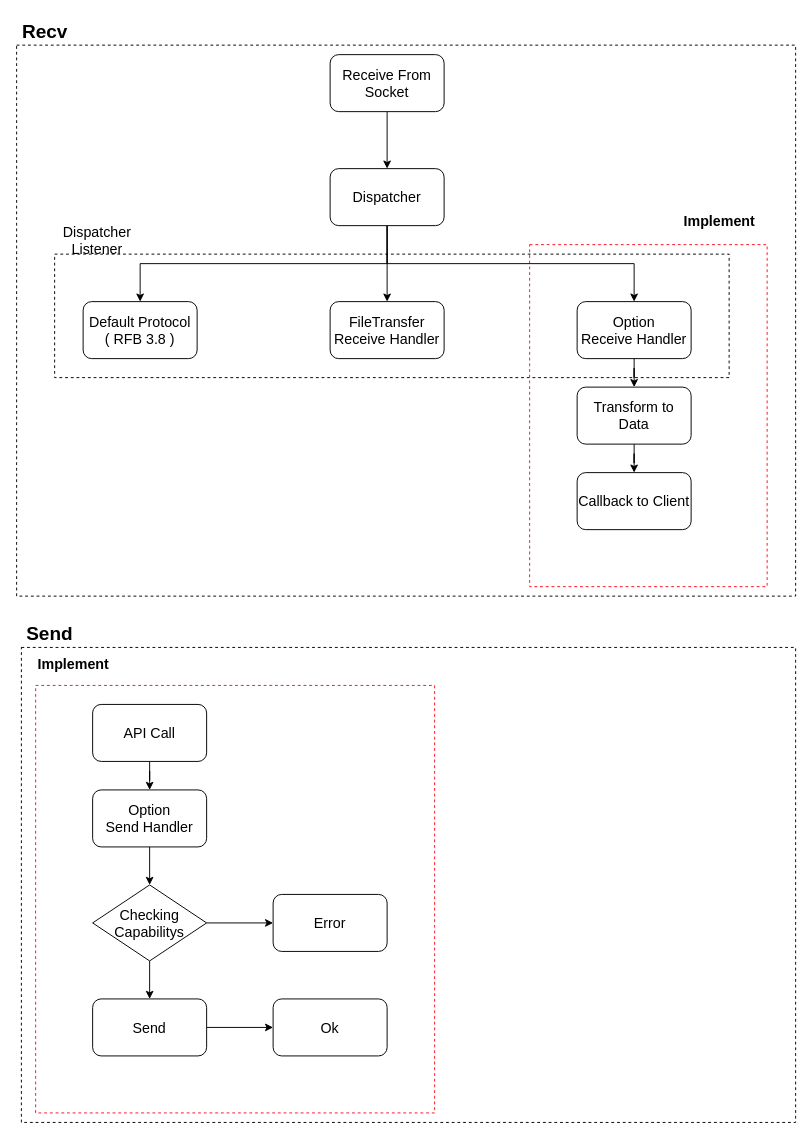
Before: UML/mirero/SwRcs/Socket.drawio in rhkdguskim/Study, a draw.io diagram. Source tidied: cells renumbered, new cells numbered last; positions are measured from the earlier drawing's top-left corner, leaving out a move shared by most shapes. Both pictures are drawn from the tidied source at 95%, with x=0, y=0 at pixel (16, 16).
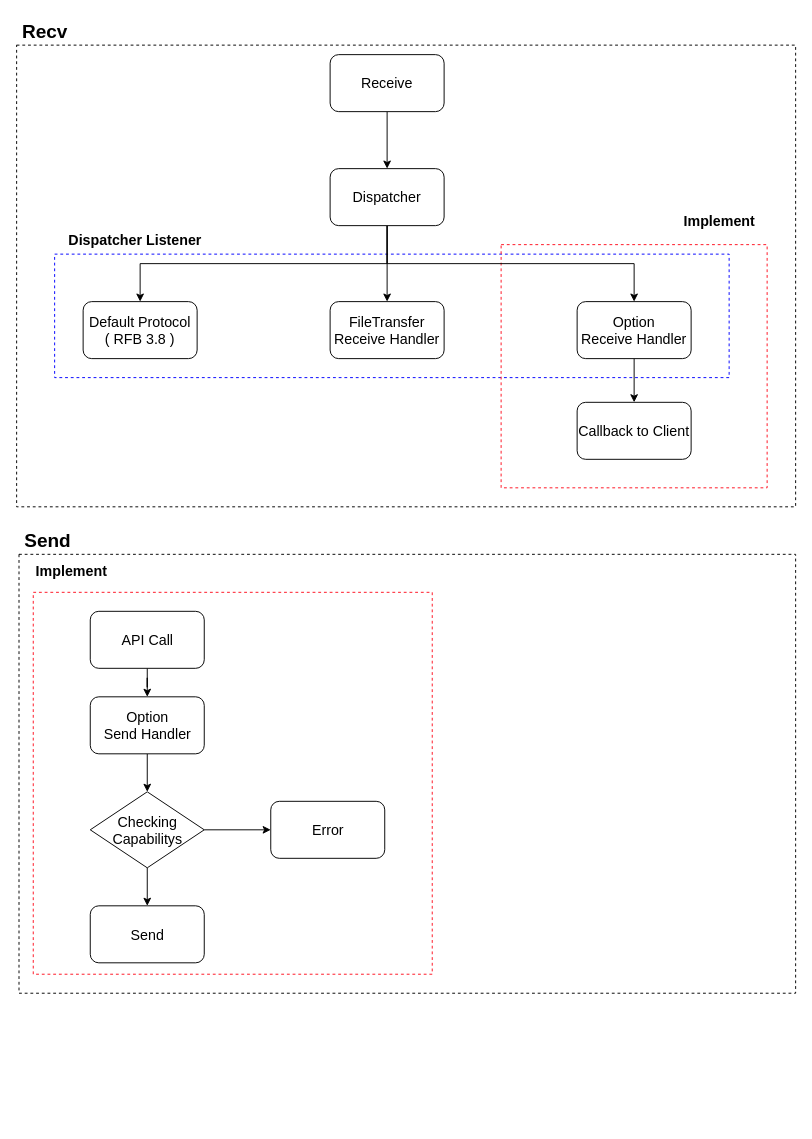
Above is the later version.

The change refers to these unchanged cells:
```xml
<mxCell id="15" value="Option&lt;br style=&quot;font-size: 15px;&quot;&gt;Receive Handler" style="rounded=1;whiteSpace=wrap;html=1;fontSize=15;" parent="1" vertex="1">
  <mxGeometry x="590" y="300" width="120" height="60" as="geometry" />
</mxCell>
```

What changed in the source:
```diff
@@
+    <mxCell id="3" style="rounded=0;whiteSpace=wrap;html=1;dashed=1;fillColor=none;" parent="1" vertex="1">
+      <mxGeometry x="2.5" y="566" width="817.5" height="462" as="geometry" />
+    </mxCell>
+    <mxCell id="6" style="rounded=0;whiteSpace=wrap;html=1;dashed=1;fillColor=none;" parent="1" vertex="1">
+      <mxGeometry y="30" width="820" height="486" as="geometry" />
+    </mxCell>
     <mxCell id="2" style="rounded=0;whiteSpace=wrap;html=1;dashed=1;fillColor=none;strokeColor=#FF0F1F;" parent="1" vertex="1">
-      <mxGeometry x="20" y="704" width="420" height="450" as="geometry" />
+      <mxGeometry x="17.5" y="606" width="420" height="402" as="geometry" />
     </mxCell>
-    <mxCell id="3" style="rounded=0;whiteSpace=wrap;html=1;dashed=1;fillColor=none;" parent="1" vertex="1">
-      <mxGeometry x="5" y="664" width="815" height="500" as="geometry" />
-    </mxCell>
-    <mxCell id="4" style="rounded=0;whiteSpace=wrap;html=1;dashed=1;fillColor=none;fontSize=15;" parent="1" vertex="1">
+    <mxCell id="4" style="rounded=0;whiteSpace=wrap;html=1;dashed=1;fillColor=none;fontSize=15;strokeColor=#0000FF;" parent="1" vertex="1">
       <mxGeometry x="40" y="250" width="710" height="130" as="geometry" />
     </mxCell>
     <mxCell id="5" style="rounded=0;whiteSpace=wrap;html=1;dashed=1;fillColor=none;strokeColor=#FF0F1F;" parent="1" vertex="1">
-      <mxGeometry x="540" y="240" width="250" height="360" as="geometry" />
+      <mxGeometry x="510" y="240" width="280" height="256" as="geometry" />
     </mxCell>
-    <mxCell id="6" style="rounded=0;whiteSpace=wrap;html=1;dashed=1;fillColor=none;" parent="1" vertex="1">
-      <mxGeometry y="30" width="820" height="580" as="geometry" />
-    </mxCell>
@@
-    <mxCell id="8" value="Receive From Socket" style="rounded=1;whiteSpace=wrap;html=1;fontSize=15;" parent="1" vertex="1">
+    <mxCell id="8" value="Receive" style="rounded=1;whiteSpace=wrap;html=1;fontSize=15;" parent="1" vertex="1">
       <mxGeometry x="330" y="40" width="120" height="60" as="geometry" />
     </mxCell>
@@
-    <mxCell id="14" style="edgeStyle=orthogonalEdgeStyle;rounded=0;jettySize=auto;html=1;fontSize=15;" parent="1" edge="1" source="15" target="19">
-      <mxGeometry relative="1" as="geometry" />
-    </mxCell>
+    <mxCell id="36" style="edgeStyle=orthogonalEdgeStyle;rounded=0;jettySize=auto;html=1;entryX=0.5;entryY=0;entryDx=0;entryDy=0;" parent="1" edge="1" source="15" target="17">
+      <mxGeometry relative="1" as="geometry" />
+    </mxCell>
@@
     <mxCell id="17" value="Callback to Client" style="rounded=1;whiteSpace=wrap;html=1;fontSize=15;" parent="1" vertex="1">
-      <mxGeometry x="590" y="480" width="120" height="60" as="geometry" />
+      <mxGeometry x="590" y="406" width="120" height="60" as="geometry" />
     </mxCell>
-    <mxCell id="18" style="edgeStyle=orthogonalEdgeStyle;rounded=0;jettySize=auto;html=1;fontSize=15;" parent="1" edge="1" source="19" target="17">
-      <mxGeometry relative="1" as="geometry" />
-    </mxCell>
-    <mxCell id="19" value="Transform to Data" style="rounded=1;whiteSpace=wrap;html=1;fontSize=15;" parent="1" vertex="1">
-      <mxGeometry x="590" y="390" width="120" height="60" as="geometry" />
-    </mxCell>
-    <mxCell id="20" value="Dispatcher Listener" style="text;html=1;align=center;verticalAlign=middle;whiteSpace=wrap;rounded=0;fontSize=15;" parent="1" vertex="1">
-      <mxGeometry x="20" y="220" width="130" height="30" as="geometry" />
+    <mxCell id="20" value="Dispatcher Listener" style="text;html=1;align=center;verticalAlign=middle;whiteSpace=wrap;rounded=0;fontSize=15;fontStyle=1;" parent="1" vertex="1">
+      <mxGeometry x="40" y="220" width="170" height="30" as="geometry" />
     </mxCell>
@@
     <mxCell id="23" value="API Call" style="rounded=1;whiteSpace=wrap;html=1;fontSize=15;" parent="1" vertex="1">
-      <mxGeometry x="80" y="724" width="120" height="60" as="geometry" />
+      <mxGeometry x="77.5" y="626" width="120" height="60" as="geometry" />
     </mxCell>
@@
     <mxCell id="25" value="Option&lt;br style=&quot;font-size: 15px;&quot;&gt;&lt;span style=&quot;background-color: initial; font-size: 15px;&quot;&gt;Send Handler&lt;/span&gt;" style="rounded=1;whiteSpace=wrap;html=1;fontSize=15;" parent="1" vertex="1">
-      <mxGeometry x="80" y="814" width="120" height="60" as="geometry" />
+      <mxGeometry x="77.5" y="716" width="120" height="60" as="geometry" />
     </mxCell>
@@
     <mxCell id="28" value="Checking&lt;br style=&quot;font-size: 15px;&quot;&gt;Capabilitys" style="rhombus;whiteSpace=wrap;html=1;fontSize=15;" parent="1" vertex="1">
-      <mxGeometry x="80" y="914" width="120" height="80" as="geometry" />
+      <mxGeometry x="77.5" y="816" width="120" height="80" as="geometry" />
     </mxCell>
-    <mxCell id="29" style="edgeStyle=orthogonalEdgeStyle;rounded=0;jettySize=auto;html=1;entryX=0;entryY=0.5;entryDx=0;entryDy=0;fontSize=15;" parent="1" edge="1" source="30" target="31">
-      <mxGeometry relative="1" as="geometry" />
-    </mxCell>
     <mxCell id="30" value="Send" style="rounded=1;whiteSpace=wrap;html=1;fontSize=15;" parent="1" vertex="1">
-      <mxGeometry x="80" y="1034" width="120" height="60" as="geometry" />
+      <mxGeometry x="77.5" y="936" width="120" height="60" as="geometry" />
     </mxCell>
-    <mxCell id="31" value="Ok" style="rounded=1;whiteSpace=wrap;html=1;fontSize=15;" parent="1" vertex="1">
-      <mxGeometry x="270" y="1034" width="120" height="60" as="geometry" />
-    </mxCell>
     <mxCell id="32" value="Error" style="rounded=1;whiteSpace=wrap;html=1;fontSize=15;" parent="1" vertex="1">
-      <mxGeometry x="270" y="924" width="120" height="60" as="geometry" />
+      <mxGeometry x="267.5" y="826" width="120" height="60" as="geometry" />
     </mxCell>
     <mxCell id="33" value="Implement" style="text;html=1;align=center;verticalAlign=middle;whiteSpace=wrap;rounded=0;fontStyle=1;fontSize=15;" parent="1" vertex="1">
-      <mxGeometry x="20" y="666" width="80" height="30" as="geometry" />
+      <mxGeometry x="17.5" y="568" width="80" height="30" as="geometry" />
     </mxCell>
     <mxCell id="34" value="Send" style="text;html=1;align=center;verticalAlign=middle;whiteSpace=wrap;rounded=0;fontSize=20;fontStyle=1;" parent="1" vertex="1">
-      <mxGeometry x="5" y="634" width="60" height="30" as="geometry" />
+      <mxGeometry x="2.5" y="536" width="60" height="30" as="geometry" />
     </mxCell>
```
